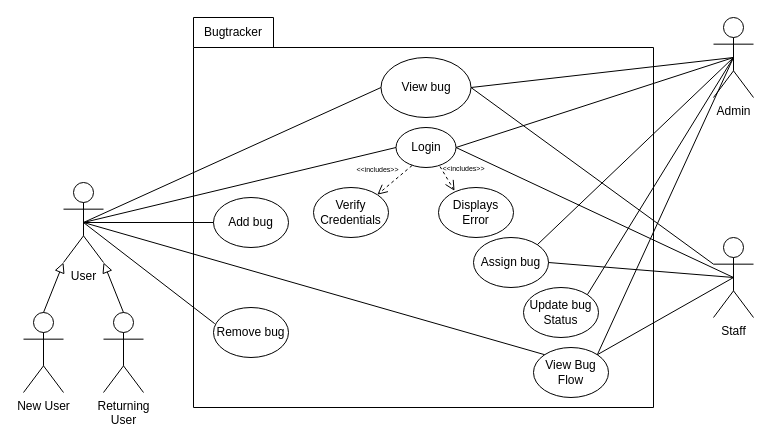
This is Report + Presentation/diagram_material/Report Use Case Diagram.drawio from Khoa100500/WebApplicationProject-BugTracker, a draw.io file, before an edit. Source tidied: cells renumbered, new cells numbered last; positions are measured from the earlier drawing's top-left corner, leaving out a move shared by most shapes. Both pictures are drawn from the tidied source at 100%, with x=0, y=0 at pixel (23, 17).
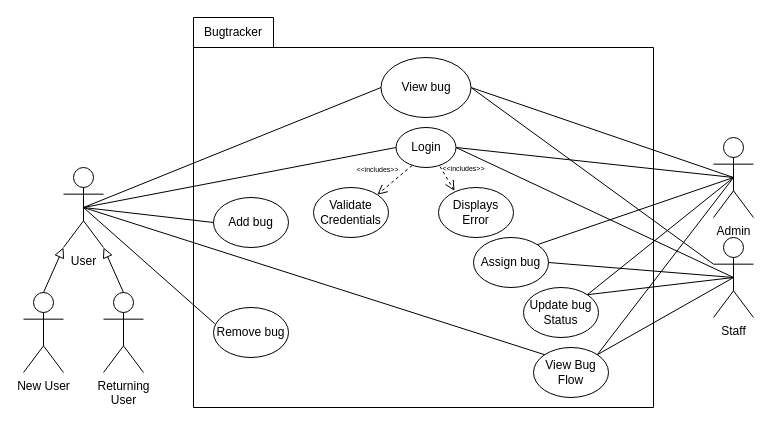
After the change.

Commit message (it also covers changes not shown here):
Update Report + Presentation folder

- Updated report .docx
- Updated use Case Diagram

Unchanged cells that the change refers to:
```xml
<mxCell id="15" value="Update bug&lt;br&gt;Status" style="ellipse;whiteSpace=wrap;html=1;" parent="1" vertex="1">
  <mxGeometry x="500" y="270" width="75" height="50" as="geometry" />
</mxCell>
<mxCell id="30" value="Staff" style="shape=umlActor;verticalLabelPosition=bottom;verticalAlign=top;html=1;outlineConnect=0;" parent="1" vertex="1">
  <mxGeometry x="690" y="220" width="40" height="80" as="geometry" />
</mxCell>
```

The edit, as a diff of the source:
```diff
@@
     <mxCell id="4" value="User" style="shape=umlActor;verticalLabelPosition=bottom;verticalAlign=top;html=1;outlineConnect=0;" parent="1" vertex="1">
-      <mxGeometry x="40" y="165" width="40" height="80" as="geometry" />
+      <mxGeometry x="40" y="150" width="40" height="80" as="geometry" />
     </mxCell>
     <mxCell id="5" value="Admin" style="shape=umlActor;verticalLabelPosition=bottom;verticalAlign=top;html=1;outlineConnect=0;" parent="1" vertex="1">
-      <mxGeometry x="690" width="40" height="80" as="geometry" />
+      <mxGeometry x="690" y="120" width="40" height="80" as="geometry" />
     </mxCell>
@@
-    <mxCell id="20" value="Verify Credentials" style="ellipse;whiteSpace=wrap;html=1;" parent="1" vertex="1">
+    <mxCell id="20" value="Validate&lt;br&gt;Credentials" style="ellipse;whiteSpace=wrap;html=1;" parent="1" vertex="1">
       <mxGeometry x="290" y="170" width="75" height="50" as="geometry" />
     </mxCell>
@@
     <mxCell id="24" value="Returning&lt;br&gt;User" style="shape=umlActor;verticalLabelPosition=bottom;verticalAlign=top;html=1;outlineConnect=0;" parent="1" vertex="1">
-      <mxGeometry x="80" y="295" width="40" height="80" as="geometry" />
+      <mxGeometry x="80" y="275" width="40" height="80" as="geometry" />
     </mxCell>
     <mxCell id="25" value="New User" style="shape=umlActor;verticalLabelPosition=bottom;verticalAlign=top;html=1;outlineConnect=0;" parent="1" vertex="1">
-      <mxGeometry y="295" width="40" height="80" as="geometry" />
+      <mxGeometry y="275" width="40" height="80" as="geometry" />
     </mxCell>
@@
+    <mxCell id="38" style="endArrow=none;html=1;entryX=1;entryY=0;entryDx=0;entryDy=0;exitX=0.5;exitY=0.5;exitDx=0;exitDy=0;exitPerimeter=0;" parent="1" edge="1" source="30" target="15">
+      <mxGeometry relative="1" as="geometry" />
+    </mxCell>
```
